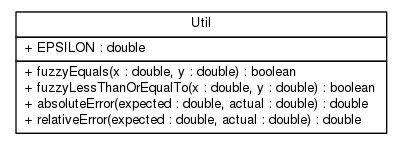
Before: doc/Utilities/Utilities.png, a diagram exported from Graphviz (sinopeus/asteroids). Its source is kept beside it as doc/Utilities/Utilities.dot.
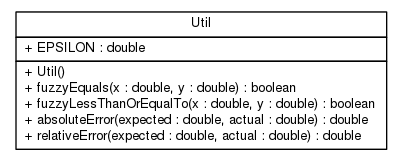
After the commit.

Diff of the diagram source:
```diff
@@ -12,6 +12,7 @@
 <tr><td align="left" balign="left"> + EPSILON : double </td></tr>
 		</table></td></tr>
 		<tr><td><table border="0" cellspacing="0" cellpadding="1">
+<tr><td align="left" balign="left"> + Util() </td></tr>
 <tr><td align="left" balign="left"> + fuzzyEquals(x : double, y : double) : boolean </td></tr>
 <tr><td align="left" balign="left"> + fuzzyLessThanOrEqualTo(x : double, y : double) : boolean </td></tr>
 <tr><td align="left" balign="left"> + absoluteError(expected : double, actual : double) : double </td></tr>
```
